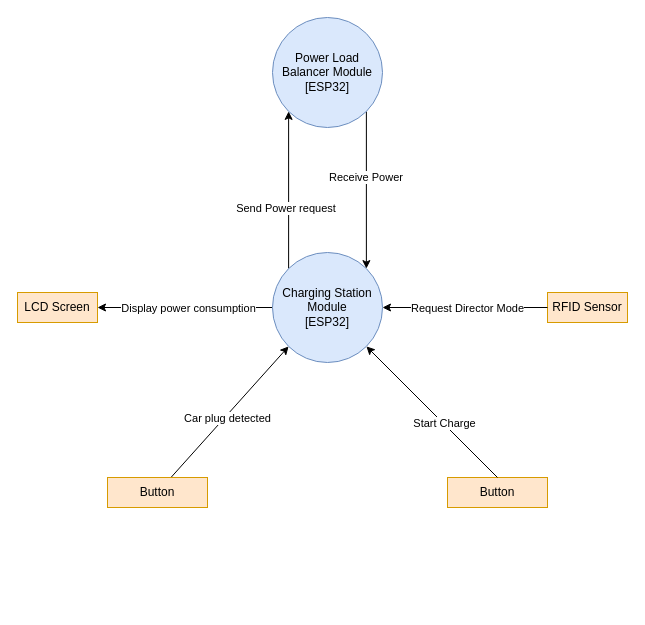
SeanDBrrr/PowerLoadBalancer keeps this draw.io diagram as page "Page-1" (1 of 3) of Documents/Design/ContextDiagrams.drawio. Above is the earlier version. Source tidied: cells renumbered, new cells numbered last; positions are measured from the earlier drawing's top-left corner, leaving out a move shared by most shapes. Both pictures are drawn from the tidied source at 100%, with x=0, y=0 at pixel (17, 17).
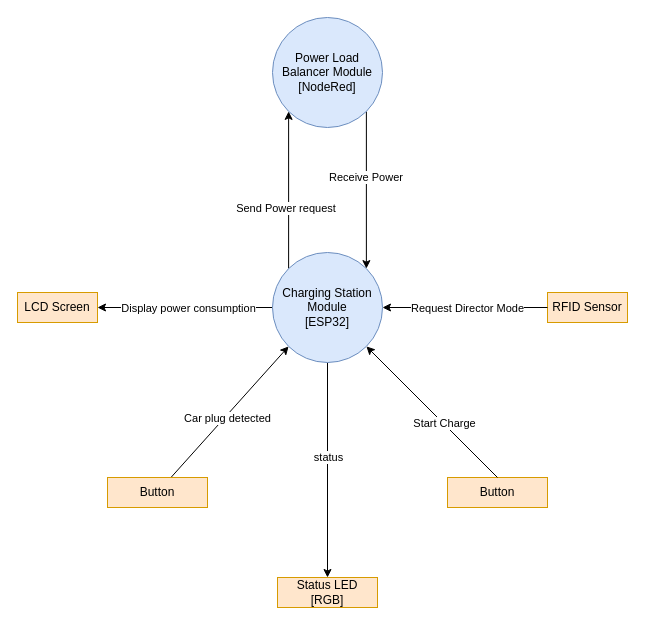
The same diagram, later.

Unchanged cells that the change refers to:
```xml
<mxCell id="6" value="Charging Station Module&lt;br&gt;[ESP32]" style="ellipse;whiteSpace=wrap;html=1;fillColor=#dae8fc;strokeColor=#6c8ebf;" parent="1" vertex="1">
  <mxGeometry x="255" y="235" width="110" height="110" as="geometry" />
</mxCell>
```

What changed in the source:
```diff
@@
+    <mxCell id="20" style="edgeStyle=orthogonalEdgeStyle;rounded=0;jettySize=auto;html=1;" parent="1" edge="1" source="6">
+      <mxGeometry relative="1" as="geometry">
+        <mxPoint x="310" y="560" as="targetPoint" />
+      </mxGeometry>
+    </mxCell>
+    <mxCell id="21" value="status" style="edgeLabel;html=1;align=center;verticalAlign=middle;" parent="20" vertex="1">
+      <mxGeometry x="-0.13" relative="1" as="geometry" />
+    </mxCell>
@@
-    <mxCell id="16" value="Power Load Balancer Module&lt;br&gt;[ESP32]" style="ellipse;whiteSpace=wrap;html=1;fillColor=#dae8fc;strokeColor=#6c8ebf;" parent="1" vertex="1">
+    <mxCell id="16" value="Power Load Balancer Module&lt;br&gt;[NodeRed]" style="ellipse;whiteSpace=wrap;html=1;fillColor=#dae8fc;strokeColor=#6c8ebf;" parent="1" vertex="1">
       <mxGeometry x="255" width="110" height="110" as="geometry" />
     </mxCell>
@@
+    <mxCell id="22" value="Status LED&lt;br&gt;[RGB]" style="rounded=0;whiteSpace=wrap;html=1;fillColor=#ffe6cc;strokeColor=#d79b00;" parent="1" vertex="1">
+      <mxGeometry x="260" y="560" width="100" height="30" as="geometry" />
+    </mxCell>
```
